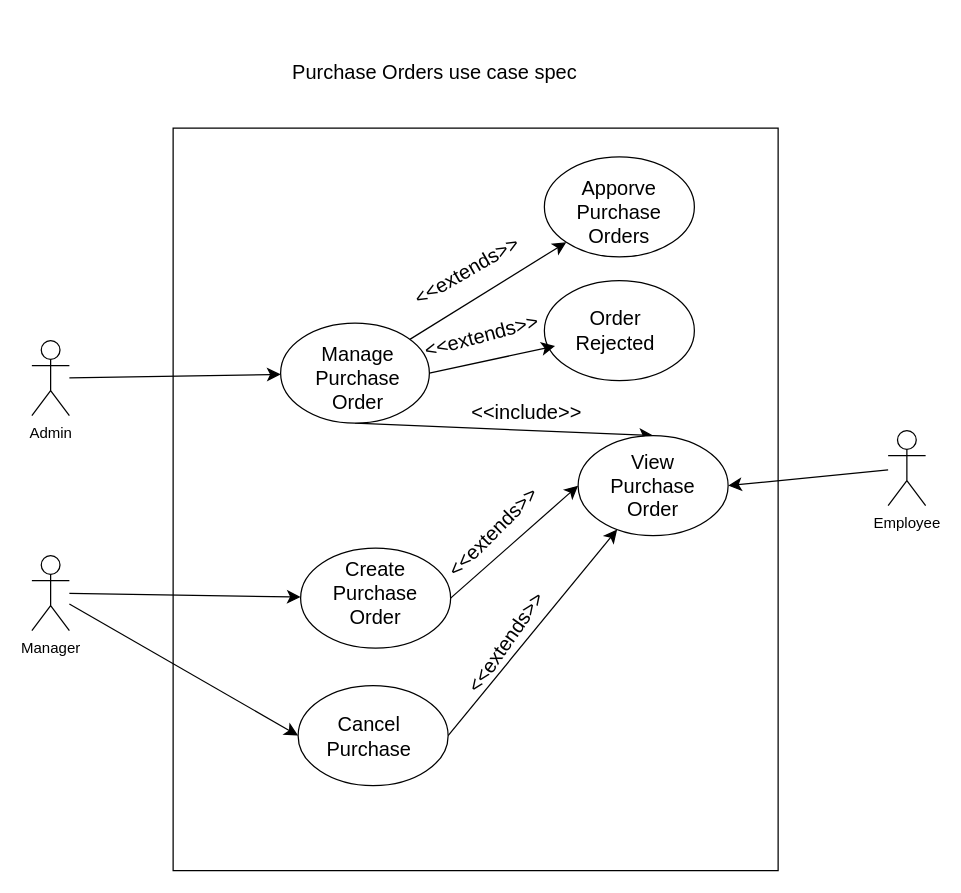
samoc2023/WebFrameWorkTest keeps this draw.io diagram as page "Page-1" (1 of 5) of UseCaseDiagram.drawio. Above is the earlier version. Source tidied: cells renumbered, new cells numbered last; positions are measured from the earlier drawing's top-left corner, leaving out a move shared by most shapes. Both pictures are drawn from the tidied source at 125%, with x=0, y=0 at pixel (31, 21).
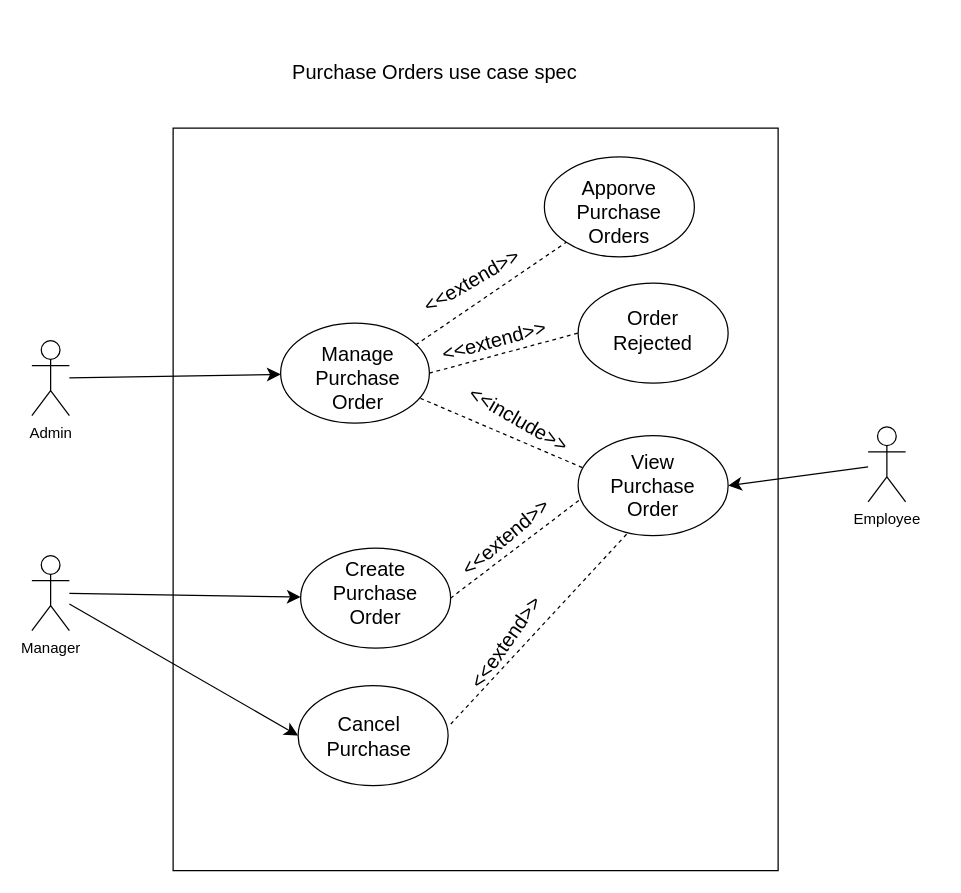
The same page after the edit.

Unchanged cells that the change refers to:
```xml
<mxCell id="6" style="ellipse;whiteSpace=wrap;html=1;" parent="1" vertex="1">
  <mxGeometry x="199" y="241" width="119" height="80" as="geometry" />
</mxCell>
<mxCell id="8" style="ellipse;whiteSpace=wrap;html=1;" parent="1" vertex="1">
  <mxGeometry x="213" y="531" width="120" height="80" as="geometry" />
</mxCell>
<mxCell id="9" style="ellipse;whiteSpace=wrap;html=1;" parent="1" vertex="1">
  <mxGeometry x="437" y="331" width="120" height="80" as="geometry" />
</mxCell>
<mxCell id="15" style="ellipse;whiteSpace=wrap;html=1;" parent="1" vertex="1">
  <mxGeometry x="215" y="421" width="120" height="80" as="geometry" />
</mxCell>
<mxCell id="16" style="ellipse;whiteSpace=wrap;html=1;" parent="1" vertex="1">
  <mxGeometry x="410" y="108" width="120" height="80" as="geometry" />
</mxCell>
```

What changed in the source:
```diff
@@
     <mxCell id="3" style="ellipse;whiteSpace=wrap;html=1;" parent="1" vertex="1">
-      <mxGeometry x="410" y="207" width="120" height="80" as="geometry" />
+      <mxGeometry x="437" y="209" width="120" height="80" as="geometry" />
     </mxCell>
-    <mxCell id="4" style="edgeStyle=none;curved=1;rounded=0;jettySize=auto;html=1;entryX=0;entryY=1;entryDx=0;entryDy=0;fontSize=12;startSize=8;endSize=8;" parent="1" edge="1" source="6" target="16">
-      <mxGeometry relative="1" as="geometry" />
-    </mxCell>
-    <mxCell id="5" style="edgeStyle=none;curved=1;rounded=0;jettySize=auto;html=1;exitX=0.5;exitY=1;exitDx=0;exitDy=0;entryX=0.5;entryY=0;entryDx=0;entryDy=0;fontSize=12;startSize=8;endSize=8;" parent="1" edge="1" source="6" target="9">
-      <mxGeometry relative="1" as="geometry" />
-    </mxCell>
@@
-    <mxCell id="7" style="edgeStyle=none;curved=1;rounded=0;jettySize=auto;html=1;exitX=1;exitY=0.5;exitDx=0;exitDy=0;fontSize=12;startSize=8;endSize=8;" parent="1" edge="1" source="8" target="9">
-      <mxGeometry relative="1" as="geometry" />
-    </mxCell>
@@
     <mxCell id="11" value="Order Rejected" style="text;strokeColor=none;fillColor=none;html=1;align=center;verticalAlign=middle;whiteSpace=wrap;rounded=0;fontSize=16;" parent="1" vertex="1">
-      <mxGeometry x="437" y="232" width="60" height="30" as="geometry" />
+      <mxGeometry x="467" y="232" width="60" height="30" as="geometry" />
     </mxCell>
@@
-    <mxCell id="14" style="edgeStyle=none;curved=1;rounded=0;jettySize=auto;html=1;exitX=1;exitY=0.5;exitDx=0;exitDy=0;entryX=0;entryY=0.5;entryDx=0;entryDy=0;fontSize=12;startSize=8;endSize=8;" parent="1" edge="1" source="15" target="9">
-      <mxGeometry relative="1" as="geometry" />
-    </mxCell>
@@
     <mxCell id="24" value="Employee" style="shape=umlActor;verticalLabelPosition=bottom;verticalAlign=top;html=1;outlineConnect=0;" parent="1" vertex="1">
-      <mxGeometry x="685" y="327" width="30" height="60" as="geometry" />
+      <mxGeometry x="669" y="324" width="30" height="60" as="geometry" />
     </mxCell>
@@
-    <mxCell id="26" value="&amp;lt;&amp;lt;extends&amp;gt;&amp;gt;" style="text;html=1;align=center;verticalAlign=middle;whiteSpace=wrap;rounded=0;fontSize=16;rotation=-15;" parent="1" vertex="1">
-      <mxGeometry x="330" y="236" width="60" height="30" as="geometry" />
+    <mxCell id="26" value="&amp;lt;&amp;lt;extend&amp;gt;&amp;gt;" style="text;html=1;align=center;verticalAlign=middle;whiteSpace=wrap;rounded=0;fontSize=16;rotation=-15;" parent="1" vertex="1">
+      <mxGeometry x="340" y="240" width="60" height="30" as="geometry" />
     </mxCell>
-    <mxCell id="27" value="&amp;lt;&amp;lt;extends&amp;gt;&amp;gt;" style="text;html=1;align=center;verticalAlign=middle;whiteSpace=wrap;rounded=0;fontSize=16;rotation=-55;" parent="1" vertex="1">
+    <mxCell id="27" value="&amp;lt;&amp;lt;extend&amp;gt;&amp;gt;" style="text;html=1;align=center;verticalAlign=middle;whiteSpace=wrap;rounded=0;fontSize=16;rotation=-55;" parent="1" vertex="1">
       <mxGeometry x="350.2" y="481.4" width="59" height="30" as="geometry" />
     </mxCell>
-    <mxCell id="28" value="&amp;lt;&amp;lt;extends&amp;gt;&amp;gt;" style="text;html=1;align=center;verticalAlign=middle;whiteSpace=wrap;rounded=0;fontSize=16;rotation=-45;" parent="1" vertex="1">
-      <mxGeometry x="339" y="393" width="60" height="30" as="geometry" />
+    <mxCell id="28" value="&amp;lt;&amp;lt;extend&amp;gt;&amp;gt;" style="text;html=1;align=center;verticalAlign=middle;whiteSpace=wrap;rounded=0;fontSize=16;rotation=-40;" parent="1" vertex="1">
+      <mxGeometry x="349.2" y="397" width="60" height="30" as="geometry" />
     </mxCell>
-    <mxCell id="29" style="edgeStyle=none;curved=1;rounded=0;jettySize=auto;html=1;exitX=1;exitY=0.5;exitDx=0;exitDy=0;entryX=0.071;entryY=0.654;entryDx=0;entryDy=0;entryPerimeter=0;fontSize=12;startSize=8;endSize=8;" parent="1" edge="1" source="6" target="3">
-      <mxGeometry relative="1" as="geometry" />
-    </mxCell>
-    <mxCell id="30" value="&amp;lt;&amp;lt;extends&amp;gt;&amp;gt;" style="text;html=1;align=center;verticalAlign=middle;whiteSpace=wrap;rounded=0;fontSize=16;rotation=-30;" parent="1" vertex="1">
-      <mxGeometry x="318" y="184" width="60" height="30" as="geometry" />
+    <mxCell id="30" value="&amp;lt;&amp;lt;extend&amp;gt;&amp;gt;" style="text;html=1;align=center;verticalAlign=middle;whiteSpace=wrap;rounded=0;fontSize=16;rotation=-30;" parent="1" vertex="1">
+      <mxGeometry x="322" y="192" width="60" height="30" as="geometry" />
     </mxCell>
-    <mxCell id="31" value="&amp;lt;&amp;lt;include&amp;gt;&amp;gt;" style="text;html=1;align=center;verticalAlign=middle;whiteSpace=wrap;rounded=0;fontSize=16;rotation=0;" parent="1" vertex="1">
-      <mxGeometry x="366" y="297" width="60" height="30" as="geometry" />
+    <mxCell id="31" value="&amp;lt;&amp;lt;include&amp;gt;&amp;gt;" style="text;html=1;align=center;verticalAlign=middle;whiteSpace=wrap;rounded=0;fontSize=16;rotation=30;" parent="1" vertex="1">
+      <mxGeometry x="360" y="303" width="60" height="30" as="geometry" />
     </mxCell>
@@
+    <mxCell id="7" style="endArrow=none;dashed=1;html=1;rounded=0;fontSize=12;startSize=8;endSize=8;curved=1;entryX=0.333;entryY=0.97;entryDx=0;entryDy=0;entryPerimeter=0;exitX=1.018;exitY=0.384;exitDx=0;exitDy=0;exitPerimeter=0;" parent="1" edge="1" source="8" target="9">
+      <mxGeometry relative="1" as="geometry" />
+    </mxCell>
+    <mxCell id="14" style="endArrow=none;dashed=1;html=1;rounded=0;fontSize=12;startSize=8;endSize=8;curved=1;entryX=0.015;entryY=0.636;entryDx=0;entryDy=0;entryPerimeter=0;exitX=1;exitY=0.5;exitDx=0;exitDy=0;" parent="1" edge="1" source="15" target="9">
+      <mxGeometry relative="1" as="geometry" />
+    </mxCell>
+    <mxCell id="5" style="endArrow=none;dashed=1;html=1;rounded=0;fontSize=12;startSize=8;endSize=8;curved=1;entryX=0.047;entryY=0.332;entryDx=0;entryDy=0;entryPerimeter=0;exitX=0.94;exitY=0.752;exitDx=0;exitDy=0;exitPerimeter=0;" parent="1" edge="1" source="6" target="9">
+      <mxGeometry relative="1" as="geometry" />
+    </mxCell>
+    <mxCell id="29" style="endArrow=none;dashed=1;html=1;rounded=0;fontSize=12;startSize=8;endSize=8;curved=1;entryX=0;entryY=0.5;entryDx=0;entryDy=0;exitX=1;exitY=0.5;exitDx=0;exitDy=0;" parent="1" edge="1" source="6" target="3">
+      <mxGeometry relative="1" as="geometry" />
+    </mxCell>
+    <mxCell id="4" style="endArrow=none;dashed=1;html=1;rounded=0;fontSize=12;startSize=8;endSize=8;curved=1;entryX=0;entryY=1;entryDx=0;entryDy=0;exitX=0.908;exitY=0.218;exitDx=0;exitDy=0;exitPerimeter=0;" parent="1" edge="1" source="6" target="16">
+      <mxGeometry relative="1" as="geometry" />
+    </mxCell>
```
